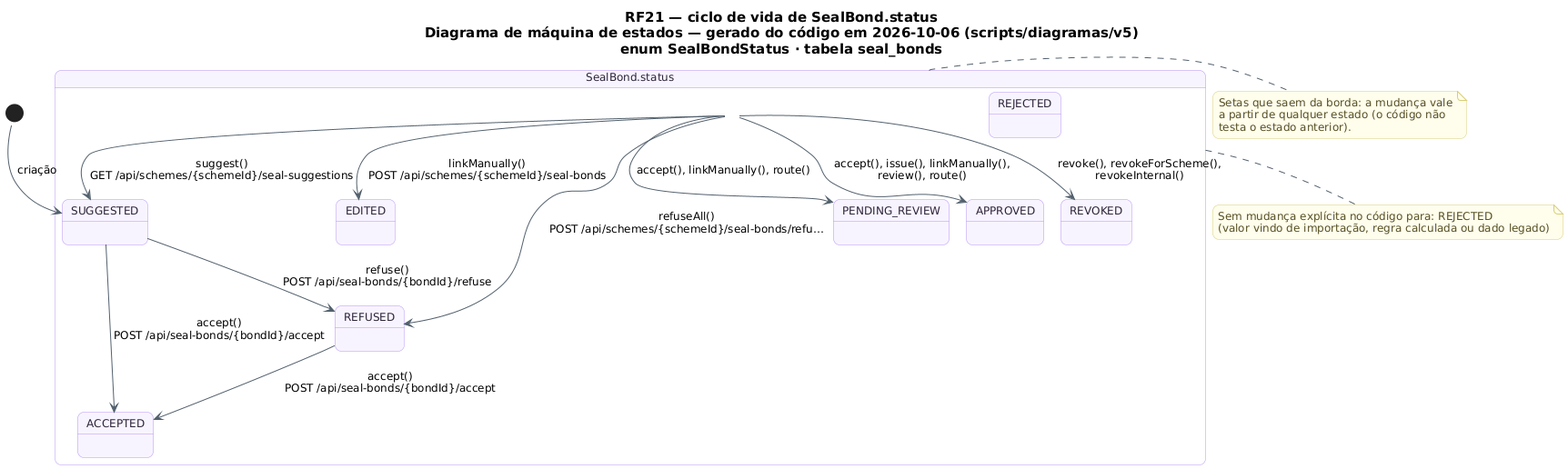
Earlier version of the PlantUML export docs/diagramas/RF21/RF21_MaquinaDeEstados_Vinculo.png (MatheusHaliski/tcc-2026-fashion-ai-backend). Its diagram source:
```plantuml
@startuml RF21_MaquinaDeEstados_Vinculo
!pragma layout smetana
skinparam backgroundColor #FFFFFF
skinparam shadowing false
skinparam defaultFontName "DejaVu Sans"
skinparam defaultFontSize 12
skinparam titleFontSize 15
skinparam roundcorner 14
skinparam ArrowColor #52606D
skinparam note {
  BackgroundColor #FFFDEB
  BorderColor #D8CE78
  FontColor #554F24
}
skinparam state {
  BackgroundColor #F8F4FF
  BorderColor #B695F5
  FontColor #2D2438
  StartColor #20A77A
  EndColor #4B5563
}
title RF21 — ciclo de vida de SealBond.status\nDiagrama de máquina de estados — gerado do código em 2026-10-06 (scripts/diagramas/v5)\nenum SealBondStatus · tabela seal_bonds

state "SealBond.status" as Ciclo_SealBond {
  state Ciclo_SealBond_SUGGESTED as "SUGGESTED"
  state Ciclo_SealBond_ACCEPTED as "ACCEPTED"
  state Ciclo_SealBond_EDITED as "EDITED"
  state Ciclo_SealBond_REFUSED as "REFUSED"
  state Ciclo_SealBond_PENDING_REVIEW as "PENDING_REVIEW"
  state Ciclo_SealBond_APPROVED as "APPROVED"
  state Ciclo_SealBond_REJECTED as "REJECTED"
  state Ciclo_SealBond_REVOKED as "REVOKED"
}
[*] --> Ciclo_SealBond_SUGGESTED : criação
Ciclo_SealBond --> Ciclo_SealBond_APPROVED : accept(), issue(), linkManually(),\nreview(), route()
Ciclo_SealBond --> Ciclo_SealBond_EDITED : linkManually()\nPOST /api/schemes/{schemeId}/seal-bonds
Ciclo_SealBond --> Ciclo_SealBond_PENDING_REVIEW : accept(), linkManually(), route()
Ciclo_SealBond --> Ciclo_SealBond_REFUSED : refuseAll()\nPOST /api/schemes/{schemeId}/seal-bonds/refu…
Ciclo_SealBond --> Ciclo_SealBond_REVOKED : revoke(), revokeForScheme(),\nrevokeInternal()
Ciclo_SealBond --> Ciclo_SealBond_SUGGESTED : suggest()\nGET /api/schemes/{schemeId}/seal-suggestions
Ciclo_SealBond_REFUSED --> Ciclo_SealBond_ACCEPTED : accept()\nPOST /api/seal-bonds/{bondId}/accept
Ciclo_SealBond_SUGGESTED --> Ciclo_SealBond_ACCEPTED : accept()\nPOST /api/seal-bonds/{bondId}/accept
Ciclo_SealBond_SUGGESTED --> Ciclo_SealBond_REFUSED : refuse()\nPOST /api/seal-bonds/{bondId}/refuse
note bottom of Ciclo_SealBond
  Sem mudança explícita no código para: REJECTED
  (valor vindo de importação, regra calculada ou dado legado)
end note
note right of Ciclo_SealBond
  Setas que saem da borda: a mudança vale
  a partir de qualquer estado (o código não
  testa o estado anterior).
end note
@enduml
```
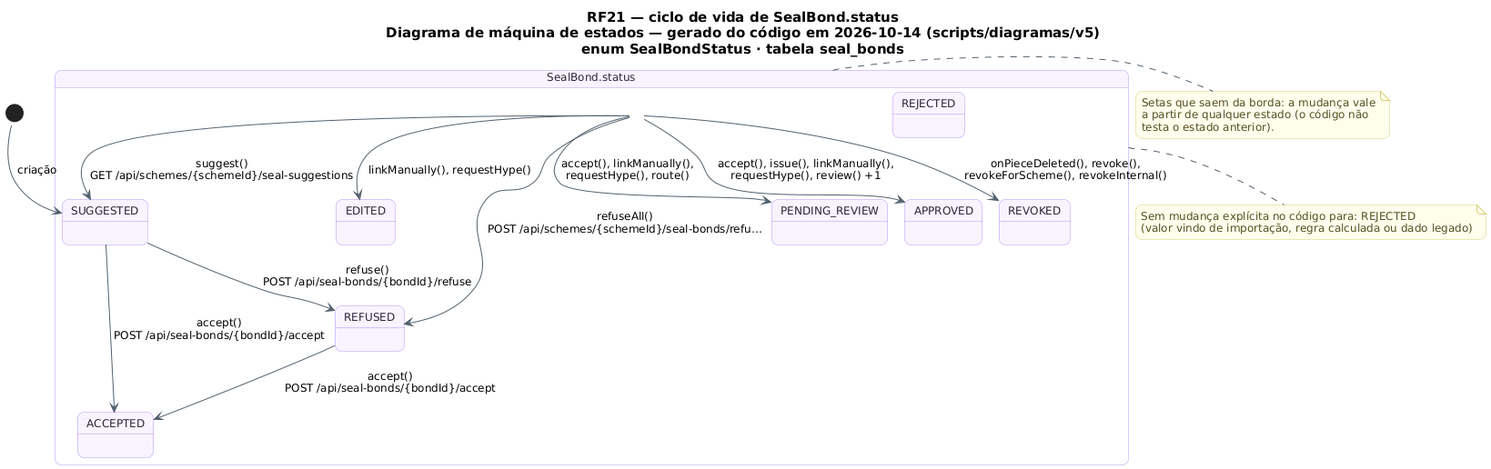
The same diagram one commit later.

Change to the diagram source:
```diff
@@ -19,7 +19,7 @@
   StartColor #20A77A
   EndColor #4B5563
 }
-title RF21 — ciclo de vida de SealBond.status\nDiagrama de máquina de estados — gerado do código em 2026-10-06 (scripts/diagramas/v5)\nenum SealBondStatus · tabela seal_bonds
+title RF21 — ciclo de vida de SealBond.status\nDiagrama de máquina de estados — gerado do código em 2026-10-14 (scripts/diagramas/v5)\nenum SealBondStatus · tabela seal_bonds
 
 state "SealBond.status" as Ciclo_SealBond {
   state Ciclo_SealBond_SUGGESTED as "SUGGESTED"
@@ -32,11 +32,11 @@
   state Ciclo_SealBond_REVOKED as "REVOKED"
 }
 [*] --> Ciclo_SealBond_SUGGESTED : criação
-Ciclo_SealBond --> Ciclo_SealBond_APPROVED : accept(), issue(), linkManually(),\nreview(), route()
-Ciclo_SealBond --> Ciclo_SealBond_EDITED : linkManually()\nPOST /api/schemes/{schemeId}/seal-bonds
-Ciclo_SealBond --> Ciclo_SealBond_PENDING_REVIEW : accept(), linkManually(), route()
+Ciclo_SealBond --> Ciclo_SealBond_APPROVED : accept(), issue(), linkManually(),\nrequestHype(), review() +1
+Ciclo_SealBond --> Ciclo_SealBond_EDITED : linkManually(), requestHype()
+Ciclo_SealBond --> Ciclo_SealBond_PENDING_REVIEW : accept(), linkManually(),\nrequestHype(), route()
 Ciclo_SealBond --> Ciclo_SealBond_REFUSED : refuseAll()\nPOST /api/schemes/{schemeId}/seal-bonds/refu…
-Ciclo_SealBond --> Ciclo_SealBond_REVOKED : revoke(), revokeForScheme(),\nrevokeInternal()
+Ciclo_SealBond --> Ciclo_SealBond_REVOKED : onPieceDeleted(), revoke(),\nrevokeForScheme(), revokeInternal()
 Ciclo_SealBond --> Ciclo_SealBond_SUGGESTED : suggest()\nGET /api/schemes/{schemeId}/seal-suggestions
 Ciclo_SealBond_REFUSED --> Ciclo_SealBond_ACCEPTED : accept()\nPOST /api/seal-bonds/{bondId}/accept
 Ciclo_SealBond_SUGGESTED --> Ciclo_SealBond_ACCEPTED : accept()\nPOST /api/seal-bonds/{bondId}/accept
```
